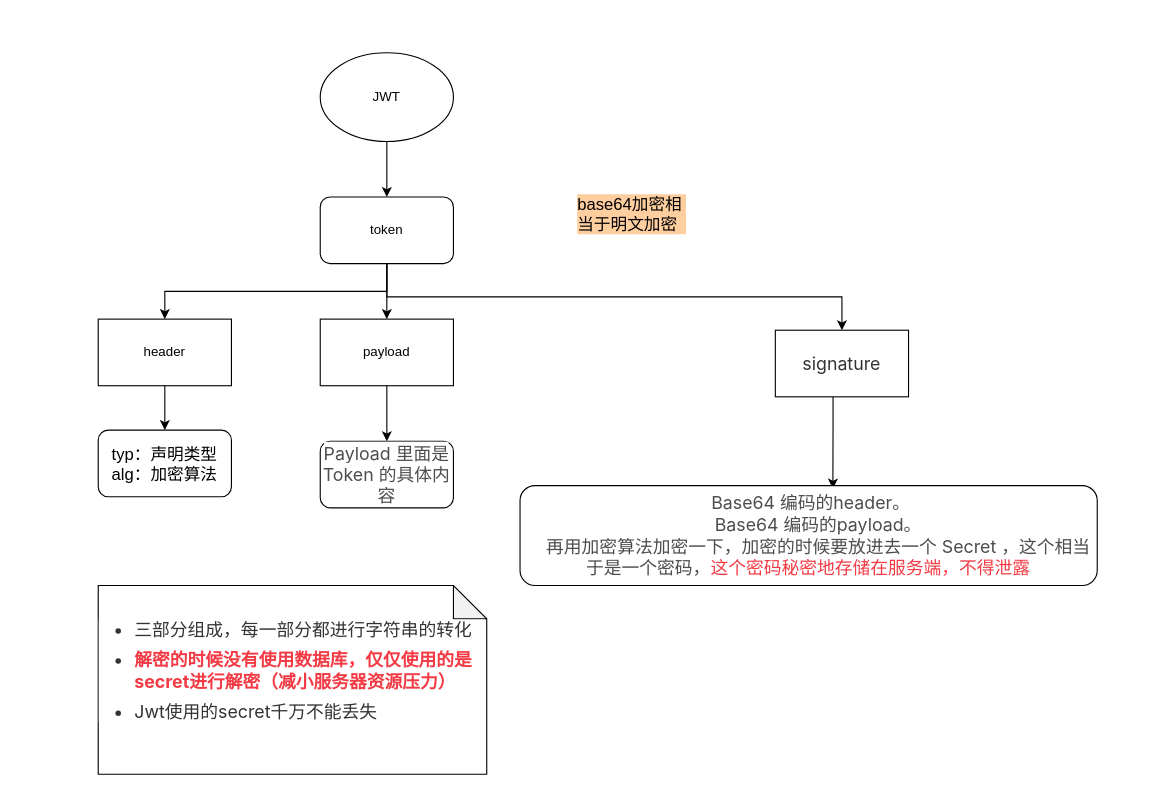
Before: study_workplace/CRM/jwt解析.drawio in guoxinchen2g/HelloWrold, a draw.io diagram. Source tidied: cells renumbered, new cells numbered last; positions are measured from the earlier drawing's top-left corner, leaving out a move shared by most shapes. Both pictures are drawn from the tidied source at 111%, with x=0, y=0 at pixel (98, 52).
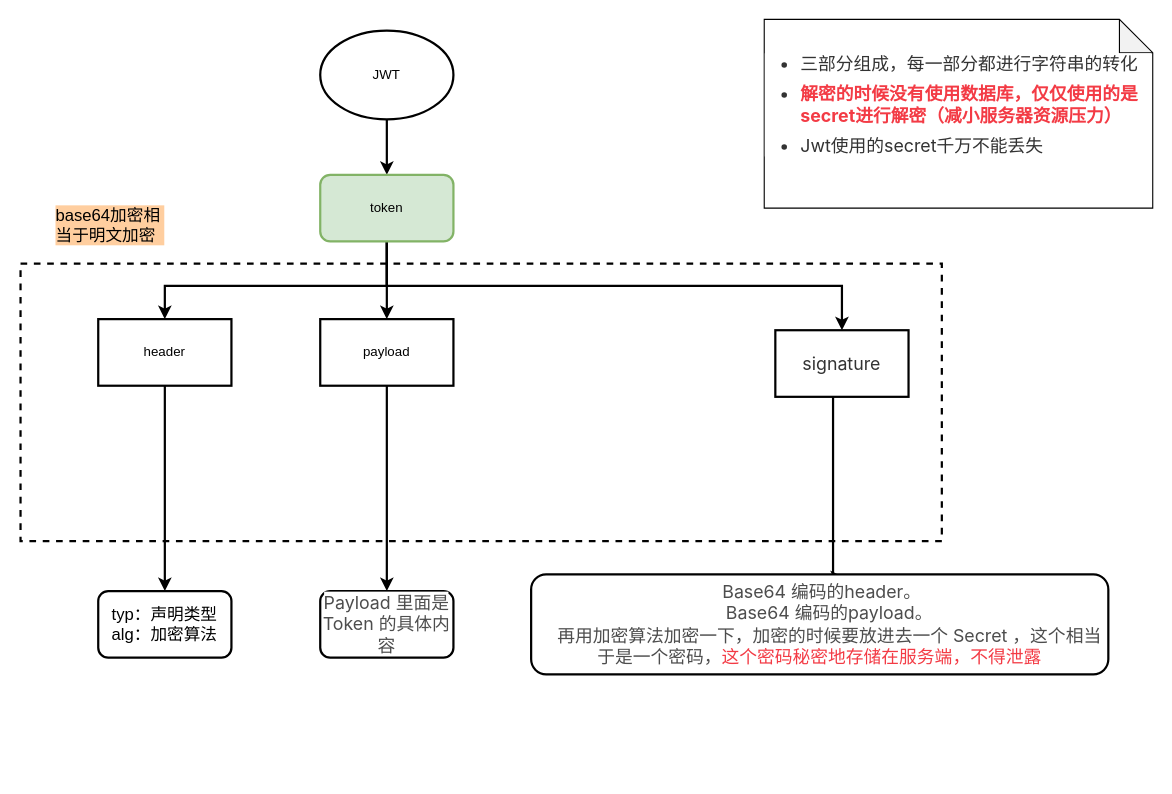
After the change.

What changed in the source:
```diff
@@
+    <mxCell id="19" style="rounded=0;whiteSpace=wrap;html=1;strokeWidth=2;dashed=1;fillColor=none;" parent="1" vertex="1">
+      <mxGeometry x="-70" y="190" width="830" height="250" as="geometry" />
+    </mxCell>
-    <mxCell id="2" style="edgeStyle=orthogonalEdgeStyle;rounded=0;jettySize=auto;html=1;entryX=0.5;entryY=0;entryDx=0;entryDy=0;" parent="1" edge="1" source="3" target="7">
+    <mxCell id="2" style="edgeStyle=orthogonalEdgeStyle;rounded=0;jettySize=auto;html=1;entryX=0.5;entryY=0;entryDx=0;entryDy=0;strokeWidth=2;" parent="1" edge="1" source="3" target="7">
       <mxGeometry relative="1" as="geometry" />
     </mxCell>
-    <mxCell id="3" value="JWT" style="ellipse;whiteSpace=wrap;html=1;" parent="1" vertex="1">
-      <mxGeometry x="200" width="120" height="80" as="geometry" />
+    <mxCell id="3" value="JWT" style="ellipse;whiteSpace=wrap;html=1;strokeWidth=2;" parent="1" vertex="1">
+      <mxGeometry x="200" y="-20" width="120" height="80" as="geometry" />
     </mxCell>
-    <mxCell id="4" style="edgeStyle=orthogonalEdgeStyle;rounded=0;jettySize=auto;html=1;" parent="1" edge="1" source="7" target="11">
+    <mxCell id="4" style="edgeStyle=orthogonalEdgeStyle;rounded=0;jettySize=auto;html=1;strokeWidth=2;" parent="1" edge="1" source="7" target="11">
       <mxGeometry relative="1" as="geometry" />
     </mxCell>
-    <mxCell id="5" style="edgeStyle=orthogonalEdgeStyle;rounded=0;jettySize=auto;html=1;exitX=0.5;exitY=1;exitDx=0;exitDy=0;" parent="1" edge="1" source="7" target="9">
-      <mxGeometry relative="1" as="geometry" />
+    <mxCell id="5" style="edgeStyle=orthogonalEdgeStyle;rounded=0;jettySize=auto;html=1;exitX=0.5;exitY=1;exitDx=0;exitDy=0;strokeWidth=2;" parent="1" edge="1" source="7" target="9">
+      <mxGeometry relative="1" as="geometry">
+        <Array as="points">
+          <mxPoint x="260" y="210" />
+          <mxPoint x="60" y="210" />
+        </Array>
+      </mxGeometry>
     </mxCell>
-    <mxCell id="6" style="edgeStyle=orthogonalEdgeStyle;rounded=0;jettySize=auto;html=1;entryX=0.5;entryY=0;entryDx=0;entryDy=0;exitX=0.5;exitY=1;exitDx=0;exitDy=0;" parent="1" edge="1" source="7" target="13">
+    <mxCell id="6" style="edgeStyle=orthogonalEdgeStyle;rounded=0;jettySize=auto;html=1;entryX=0.5;entryY=0;entryDx=0;entryDy=0;exitX=0.5;exitY=1;exitDx=0;exitDy=0;strokeWidth=2;" parent="1" edge="1" source="7" target="13">
       <mxGeometry relative="1" as="geometry">
         <Array as="points">
-          <mxPoint x="260" y="220" />
-          <mxPoint x="670" y="220" />
+          <mxPoint x="260" y="210" />
+          <mxPoint x="670" y="210" />
         </Array>
       </mxGeometry>
     </mxCell>
-    <mxCell id="7" value="token" style="rounded=1;whiteSpace=wrap;html=1;" parent="1" vertex="1">
-      <mxGeometry x="200" y="130" width="120" height="60" as="geometry" />
+    <mxCell id="7" value="token" style="rounded=1;whiteSpace=wrap;html=1;strokeWidth=2;fillColor=#d5e8d4;strokeColor=#82b366;" parent="1" vertex="1">
+      <mxGeometry x="200" y="110" width="120" height="60" as="geometry" />
     </mxCell>
-    <mxCell id="8" style="edgeStyle=orthogonalEdgeStyle;rounded=0;jettySize=auto;html=1;entryX=0.5;entryY=0;entryDx=0;entryDy=0;fontSize=15;" parent="1" edge="1" source="9" target="15">
+    <mxCell id="8" style="edgeStyle=orthogonalEdgeStyle;rounded=0;jettySize=auto;html=1;entryX=0.5;entryY=0;entryDx=0;entryDy=0;fontSize=15;strokeWidth=2;" parent="1" edge="1" source="9" target="15">
       <mxGeometry relative="1" as="geometry" />
     </mxCell>
-    <mxCell id="9" value="header" style="rounded=0;whiteSpace=wrap;html=1;" parent="1" vertex="1">
+    <mxCell id="9" value="header" style="rounded=0;whiteSpace=wrap;html=1;strokeWidth=2;" parent="1" vertex="1">
       <mxGeometry y="240" width="120" height="60" as="geometry" />
     </mxCell>
-    <mxCell id="10" style="edgeStyle=orthogonalEdgeStyle;rounded=0;jettySize=auto;html=1;entryX=0.5;entryY=0;entryDx=0;entryDy=0;fontSize=15;" parent="1" edge="1" source="11" target="16">
+    <mxCell id="10" style="edgeStyle=orthogonalEdgeStyle;rounded=0;jettySize=auto;html=1;entryX=0.5;entryY=0;entryDx=0;entryDy=0;fontSize=15;strokeWidth=2;" parent="1" edge="1" source="11" target="16">
       <mxGeometry relative="1" as="geometry" />
     </mxCell>
-    <mxCell id="11" value="payload" style="rounded=0;whiteSpace=wrap;html=1;" parent="1" vertex="1">
+    <mxCell id="11" value="payload" style="rounded=0;whiteSpace=wrap;html=1;strokeWidth=2;" parent="1" vertex="1">
       <mxGeometry x="200" y="240" width="120" height="60" as="geometry" />
     </mxCell>
-    <mxCell id="12" style="edgeStyle=orthogonalEdgeStyle;rounded=0;jettySize=auto;html=1;entryX=0.542;entryY=0.03;entryDx=0;entryDy=0;entryPerimeter=0;fontSize=15;" parent="1" edge="1" source="13" target="17">
+    <mxCell id="12" style="edgeStyle=orthogonalEdgeStyle;rounded=0;jettySize=auto;html=1;entryX=0.542;entryY=0.03;entryDx=0;entryDy=0;entryPerimeter=0;fontSize=15;strokeWidth=2;" parent="1" edge="1" source="13" target="17">
       <mxGeometry relative="1" as="geometry">
         <Array as="points">
           <mxPoint x="662" y="330" />
           <mxPoint x="662" y="330" />
         </Array>
       </mxGeometry>
     </mxCell>
-    <mxCell id="13" value="&lt;span style=&quot;color: rgb(51, 51, 51); font-family: -apple-system, &amp;quot;SF UI Text&amp;quot;, Arial, &amp;quot;PingFang SC&amp;quot;, &amp;quot;Hiragino Sans GB&amp;quot;, &amp;quot;Microsoft YaHei&amp;quot;, &amp;quot;WenQuanYi Micro Hei&amp;quot;, sans-serif, SimHei, SimSun; font-size: 16px; text-align: left; background-color: rgb(255, 255, 255);&quot;&gt;signature&lt;/span&gt;" style="rounded=0;whiteSpace=wrap;html=1;" parent="1" vertex="1">
+    <mxCell id="13" value="&lt;span style=&quot;color: rgb(51, 51, 51); font-family: -apple-system, &amp;quot;SF UI Text&amp;quot;, Arial, &amp;quot;PingFang SC&amp;quot;, &amp;quot;Hiragino Sans GB&amp;quot;, &amp;quot;Microsoft YaHei&amp;quot;, &amp;quot;WenQuanYi Micro Hei&amp;quot;, sans-serif, SimHei, SimSun; font-size: 16px; text-align: left; background-color: rgb(255, 255, 255);&quot;&gt;signature&lt;/span&gt;" style="rounded=0;whiteSpace=wrap;html=1;strokeWidth=2;" parent="1" vertex="1">
       <mxGeometry x="610" y="250" width="120" height="60" as="geometry" />
     </mxCell>
     <mxCell id="14" value="&lt;font style=&quot;font-size: 15px;&quot;&gt;base64加密相当于明文加密&lt;/font&gt;" style="text;html=1;strokeColor=none;fillColor=none;align=left;verticalAlign=middle;whiteSpace=wrap;rounded=0;labelBackgroundColor=#FFCE9F;" parent="1" vertex="1">
-      <mxGeometry x="430" y="130" width="100" height="30" as="geometry" />
+      <mxGeometry x="-40" y="140" width="100" height="30" as="geometry" />
     </mxCell>
-    <mxCell id="15" value="typ：声明类型&lt;br&gt;alg：加密算法" style="rounded=1;whiteSpace=wrap;html=1;labelBackgroundColor=none;fontSize=15;" parent="1" vertex="1">
-      <mxGeometry y="340" width="120" height="60" as="geometry" />
+    <mxCell id="15" value="typ：声明类型&lt;br&gt;alg：加密算法" style="rounded=1;whiteSpace=wrap;html=1;labelBackgroundColor=none;fontSize=15;strokeWidth=2;" parent="1" vertex="1">
+      <mxGeometry y="485" width="120" height="60" as="geometry" />
     </mxCell>
-    <mxCell id="16" value="&lt;span style=&quot;color: rgb(77, 77, 77); font-family: -apple-system, &amp;quot;SF UI Text&amp;quot;, Arial, &amp;quot;PingFang SC&amp;quot;, &amp;quot;Hiragino Sans GB&amp;quot;, &amp;quot;Microsoft YaHei&amp;quot;, &amp;quot;WenQuanYi Micro Hei&amp;quot;, sans-serif, SimHei, SimSun; font-size: 16px; text-align: start; background-color: rgb(255, 255, 255);&quot;&gt;Payload 里面是 Token 的具体内容&lt;/span&gt;" style="rounded=1;whiteSpace=wrap;html=1;labelBackgroundColor=none;fontSize=15;" parent="1" vertex="1">
-      <mxGeometry x="200" y="350" width="120" height="60" as="geometry" />
+    <mxCell id="16" value="&lt;span style=&quot;color: rgb(77, 77, 77); font-family: -apple-system, &amp;quot;SF UI Text&amp;quot;, Arial, &amp;quot;PingFang SC&amp;quot;, &amp;quot;Hiragino Sans GB&amp;quot;, &amp;quot;Microsoft YaHei&amp;quot;, &amp;quot;WenQuanYi Micro Hei&amp;quot;, sans-serif, SimHei, SimSun; font-size: 16px; text-align: start; background-color: rgb(255, 255, 255);&quot;&gt;Payload 里面是 Token 的具体内容&lt;/span&gt;" style="rounded=1;whiteSpace=wrap;html=1;labelBackgroundColor=none;fontSize=15;strokeWidth=2;" parent="1" vertex="1">
+      <mxGeometry x="200" y="485" width="120" height="60" as="geometry" />
     </mxCell>
-    <mxCell id="17" value="&lt;span style=&quot;color: rgb(77, 77, 77); font-family: -apple-system, &amp;quot;SF UI Text&amp;quot;, Arial, &amp;quot;PingFang SC&amp;quot;, &amp;quot;Hiragino Sans GB&amp;quot;, &amp;quot;Microsoft YaHei&amp;quot;, &amp;quot;WenQuanYi Micro Hei&amp;quot;, sans-serif, SimHei, SimSun; font-size: 16px; text-align: start; background-color: rgb(255, 255, 255);&quot;&gt;&amp;nbsp;Base64 编码的header。&lt;/span&gt;&lt;br style=&quot;box-sizing: border-box; outline: 0px; overflow-wrap: break-word; color: rgb(77, 77, 77); font-family: -apple-system, &amp;quot;SF UI Text&amp;quot;, Arial, &amp;quot;PingFang SC&amp;quot;, &amp;quot;Hiragino Sans GB&amp;quot;, &amp;quot;Microsoft YaHei&amp;quot;, &amp;quot;WenQuanYi Micro Hei&amp;quot;, sans-serif, SimHei, SimSun; font-size: 16px; text-align: start; background-color: rgb(255, 255, 255);&quot;&gt;&lt;span style=&quot;color: rgb(77, 77, 77); font-family: -apple-system, &amp;quot;SF UI Text&amp;quot;, Arial, &amp;quot;PingFang SC&amp;quot;, &amp;quot;Hiragino Sans GB&amp;quot;, &amp;quot;Microsoft YaHei&amp;quot;, &amp;quot;WenQuanYi Micro Hei&amp;quot;, sans-serif, SimHei, SimSun; font-size: 16px; text-align: start; background-color: rgb(255, 255, 255);&quot;&gt;&amp;nbsp; &amp;nbsp; Base64 编码的payload。&lt;/span&gt;&lt;br style=&quot;box-sizing: border-box; outline: 0px; overflow-wrap: break-word; color: rgb(77, 77, 77); font-family: -apple-system, &amp;quot;SF UI Text&amp;quot;, Arial, &amp;quot;PingFang SC&amp;quot;, &amp;quot;Hiragino Sans GB&amp;quot;, &amp;quot;Microsoft YaHei&amp;quot;, &amp;quot;WenQuanYi Micro Hei&amp;quot;, sans-serif, SimHei, SimSun; font-size: 16px; text-align: start; background-color: rgb(255, 255, 255);&quot;&gt;&lt;span style=&quot;color: rgb(77, 77, 77); font-family: -apple-system, &amp;quot;SF UI Text&amp;quot;, Arial, &amp;quot;PingFang SC&amp;quot;, &amp;quot;Hiragino Sans GB&amp;quot;, &amp;quot;Microsoft YaHei&amp;quot;, &amp;quot;WenQuanYi Micro Hei&amp;quot;, sans-serif, SimHei, SimSun; font-size: 16px; text-align: start; background-color: rgb(255, 255, 255);&quot;&gt;&amp;nbsp; &amp;nbsp; 再用加密算法加密一下，加密的时候要放进去一个 Secret ，这个相当于是一个密码，&lt;/span&gt;&lt;span style=&quot;box-sizing: border-box; outline: 0px; margin: 0px; padding: 0px; overflow-wrap: break-word; font-family: -apple-system, &amp;quot;SF UI Text&amp;quot;, Arial, &amp;quot;PingFang SC&amp;quot;, &amp;quot;Hiragino Sans GB&amp;quot;, &amp;quot;Microsoft YaHei&amp;quot;, &amp;quot;WenQuanYi Micro Hei&amp;quot;, sans-serif, SimHei, SimSun; font-size: 16px; text-align: start; background-color: rgb(255, 255, 255); color: rgb(243, 59, 69);&quot;&gt;这个密码秘密地存储在服务端，不得泄露&lt;/span&gt;" style="rounded=1;whiteSpace=wrap;html=1;labelBackgroundColor=none;fontSize=15;" parent="1" vertex="1">
-      <mxGeometry x="380" y="390" width="520" height="90" as="geometry" />
+    <mxCell id="17" value="&lt;span style=&quot;color: rgb(77, 77, 77); font-family: -apple-system, &amp;quot;SF UI Text&amp;quot;, Arial, &amp;quot;PingFang SC&amp;quot;, &amp;quot;Hiragino Sans GB&amp;quot;, &amp;quot;Microsoft YaHei&amp;quot;, &amp;quot;WenQuanYi Micro Hei&amp;quot;, sans-serif, SimHei, SimSun; font-size: 16px; text-align: start; background-color: rgb(255, 255, 255);&quot;&gt;&amp;nbsp;Base64 编码的header。&lt;/span&gt;&lt;br style=&quot;box-sizing: border-box; outline: 0px; overflow-wrap: break-word; color: rgb(77, 77, 77); font-family: -apple-system, &amp;quot;SF UI Text&amp;quot;, Arial, &amp;quot;PingFang SC&amp;quot;, &amp;quot;Hiragino Sans GB&amp;quot;, &amp;quot;Microsoft YaHei&amp;quot;, &amp;quot;WenQuanYi Micro Hei&amp;quot;, sans-serif, SimHei, SimSun; font-size: 16px; text-align: start; background-color: rgb(255, 255, 255);&quot;&gt;&lt;span style=&quot;color: rgb(77, 77, 77); font-family: -apple-system, &amp;quot;SF UI Text&amp;quot;, Arial, &amp;quot;PingFang SC&amp;quot;, &amp;quot;Hiragino Sans GB&amp;quot;, &amp;quot;Microsoft YaHei&amp;quot;, &amp;quot;WenQuanYi Micro Hei&amp;quot;, sans-serif, SimHei, SimSun; font-size: 16px; text-align: start; background-color: rgb(255, 255, 255);&quot;&gt;&amp;nbsp; &amp;nbsp; Base64 编码的payload。&lt;/span&gt;&lt;br style=&quot;box-sizing: border-box; outline: 0px; overflow-wrap: break-word; color: rgb(77, 77, 77); font-family: -apple-system, &amp;quot;SF UI Text&amp;quot;, Arial, &amp;quot;PingFang SC&amp;quot;, &amp;quot;Hiragino Sans GB&amp;quot;, &amp;quot;Microsoft YaHei&amp;quot;, &amp;quot;WenQuanYi Micro Hei&amp;quot;, sans-serif, SimHei, SimSun; font-size: 16px; text-align: start; background-color: rgb(255, 255, 255);&quot;&gt;&lt;span style=&quot;color: rgb(77, 77, 77); font-family: -apple-system, &amp;quot;SF UI Text&amp;quot;, Arial, &amp;quot;PingFang SC&amp;quot;, &amp;quot;Hiragino Sans GB&amp;quot;, &amp;quot;Microsoft YaHei&amp;quot;, &amp;quot;WenQuanYi Micro Hei&amp;quot;, sans-serif, SimHei, SimSun; font-size: 16px; text-align: start; background-color: rgb(255, 255, 255);&quot;&gt;&amp;nbsp; &amp;nbsp; 再用加密算法加密一下，加密的时候要放进去一个 Secret ，这个相当于是一个密码，&lt;/span&gt;&lt;span style=&quot;box-sizing: border-box; outline: 0px; margin: 0px; padding: 0px; overflow-wrap: break-word; font-family: -apple-system, &amp;quot;SF UI Text&amp;quot;, Arial, &amp;quot;PingFang SC&amp;quot;, &amp;quot;Hiragino Sans GB&amp;quot;, &amp;quot;Microsoft YaHei&amp;quot;, &amp;quot;WenQuanYi Micro Hei&amp;quot;, sans-serif, SimHei, SimSun; font-size: 16px; text-align: start; background-color: rgb(255, 255, 255); color: rgb(243, 59, 69);&quot;&gt;这个密码秘密地存储在服务端，不得泄露&lt;/span&gt;" style="rounded=1;whiteSpace=wrap;html=1;labelBackgroundColor=none;fontSize=15;strokeWidth=2;" parent="1" vertex="1">
+      <mxGeometry x="390" y="470" width="520" height="90" as="geometry" />
     </mxCell>
     <mxCell id="18" value="&lt;ul style=&quot;box-sizing: border-box; outline: 0px; margin: 0px 0px 24px; padding: 0px; list-style: none; font-size: 16px; overflow-wrap: break-word; color: rgb(51, 51, 51); font-family: -apple-system, &amp;quot;SF UI Text&amp;quot;, Arial, &amp;quot;PingFang SC&amp;quot;, &amp;quot;Hiragino Sans GB&amp;quot;, &amp;quot;Microsoft YaHei&amp;quot;, &amp;quot;WenQuanYi Micro Hei&amp;quot;, sans-serif, SimHei, SimSun; text-align: start; background-color: rgb(255, 255, 255);&quot;&gt;&lt;li style=&quot;box-sizing: border-box; outline: 0px; margin: 8px 0px 0px 32px; padding: 0px; list-style: disc; overflow-wrap: break-word;&quot;&gt;三部分组成，每一部分都进行字符串的转化&lt;/li&gt;&lt;li style=&quot;box-sizing: border-box; outline: 0px; margin: 8px 0px 0px 32px; padding: 0px; list-style: disc; overflow-wrap: break-word;&quot;&gt;&lt;span style=&quot;box-sizing: border-box; outline: 0px; font-weight: 700; overflow-wrap: break-word;&quot;&gt;&lt;span style=&quot;box-sizing: border-box; outline: 0px; margin: 0px; padding: 0px; overflow-wrap: break-word; color: rgb(243, 59, 69);&quot;&gt;解密的时候没有使用数据库，仅仅使用的是secret进行解密（减小服务器资源压力）&lt;/span&gt;&lt;/span&gt;&lt;/li&gt;&lt;li style=&quot;box-sizing: border-box; outline: 0px; margin: 8px 0px 0px 32px; padding: 0px; list-style: disc; overflow-wrap: break-word;&quot;&gt;Jwt使用的secret千万不能丢失&lt;/li&gt;&lt;/ul&gt;" style="shape=note;whiteSpace=wrap;html=1;backgroundOutline=1;darkOpacity=0.05;labelBackgroundColor=none;fontSize=15;" parent="1" vertex="1">
-      <mxGeometry y="480" width="350" height="170" as="geometry" />
+      <mxGeometry x="600" y="-30" width="350" height="170" as="geometry" />
     </mxCell>
```
